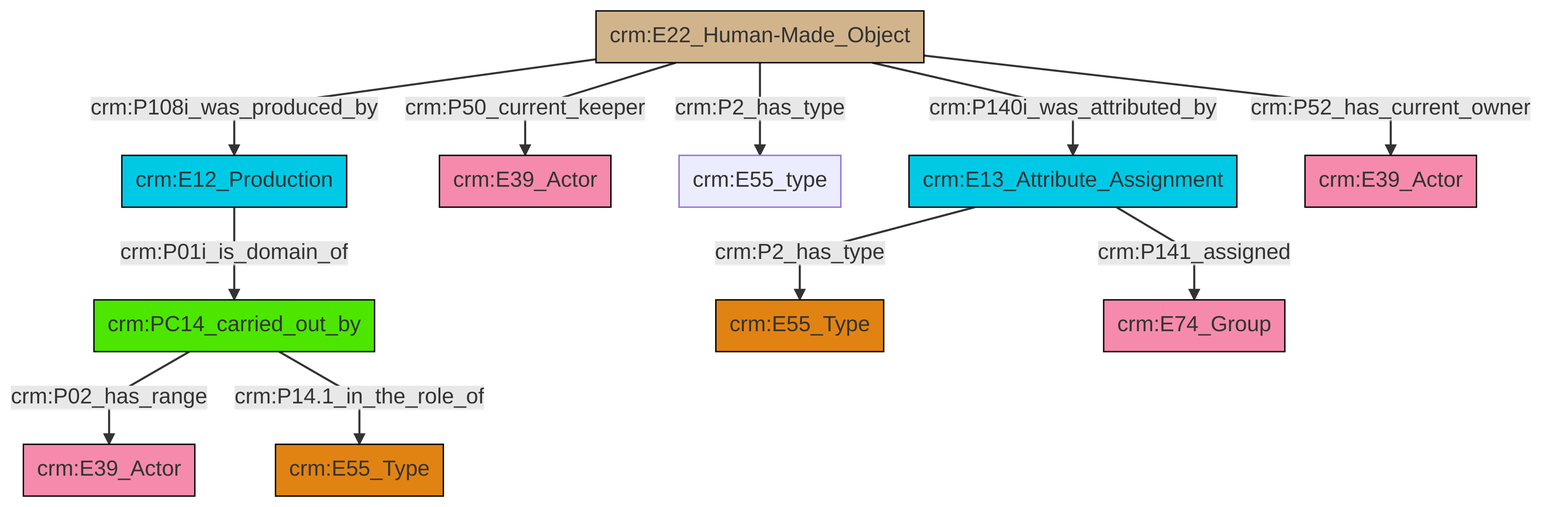
Above: et/artworkCSV/ttl/mmd/png/Artwork_Actor_Relations.png in swiss-art-research-net/reference-data-models (Mermaid), before the change. Its source is kept beside it as et/artworkCSV/ttl/mmd/Artwork_Actor_Relations.ttl.mmd. Its diagram source:
```mermaid
graph TD
classDef Literal fill:#f2f2f2,stroke:#000000;
classDef CRM_Entity fill:#FFFFFF,stroke:#000000;
classDef Temporal_Entity fill:#00C9E6, stroke:#000000;
classDef Type fill:#E18312, stroke:#000000;
classDef Time-Span fill:#2C9C91, stroke:#000000;
classDef Appellation fill:#FFEB7F, stroke:#000000;
classDef Place fill:#008836, stroke:#000000;
classDef Persistent_Item fill:#B266B2, stroke:#000000;
classDef Conceptual_Object fill:#FFD700, stroke:#000000;
classDef Physical_Thing fill:#D2B48C, stroke:#000000;
classDef Actor fill:#f58aad, stroke:#000000;
classDef PC_Classes fill:#4ce600, stroke:#000000;
classDef Multi fill:#cccccc,stroke:#000000;

0["crm:E22_Human-Made_Object"]:::Physical_Thing -->|crm:P140i_was_attributed_by| 1["crm:E13_Attribute_Assignment"]:::Temporal_Entity
0["crm:E22_Human-Made_Object"]:::Physical_Thing -->|crm:P50_current_keeper| 2["crm:E39_Actor"]:::Actor
4["crm:PC14_carried_out_by"]:::PC_Classes -->|crm:P02_has_range| 5["crm:E39_Actor"]:::Actor
0["crm:E22_Human-Made_Object"]:::Physical_Thing -->|crm:P52_has_current_owner| 18["crm:E39_Actor"]:::Actor
16["crm:E12_Production"]:::Temporal_Entity -->|crm:P01i_is_domain_of| 4["crm:PC14_carried_out_by"]:::PC_Classes
1["crm:E13_Attribute_Assignment"]:::Temporal_Entity -->|crm:P2_has_type| 8["crm:E55_Type"]:::Type
4["crm:PC14_carried_out_by"]:::PC_Classes -->|crm:P14.1_in_the_role_of| 6["crm:E55_Type"]:::Type
0["crm:E22_Human-Made_Object"]:::Physical_Thing -->|crm:P108i_was_produced_by| 16["crm:E12_Production"]:::Temporal_Entity
0["crm:E22_Human-Made_Object"]:::Physical_Thing -->|crm:P2_has_type| 14["crm:E55_type"]:::Default
1["crm:E13_Attribute_Assignment"]:::Temporal_Entity -->|crm:P141_assigned| 11["crm:E74_Group"]:::Actor
```
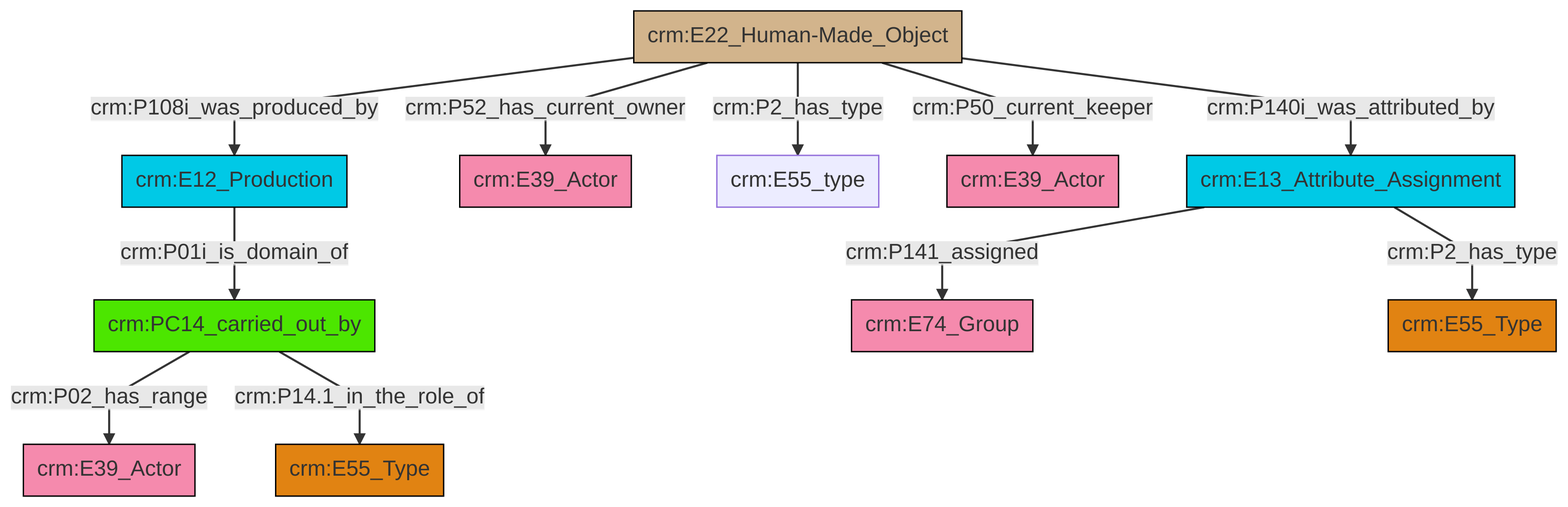
The same diagram one commit later.

The edit, as a diff of the source:
```diff
@@ -13,13 +13,13 @@
 classDef PC_Classes fill:#4ce600, stroke:#000000;
 classDef Multi fill:#cccccc,stroke:#000000;
 
-0["crm:E22_Human-Made_Object"]:::Physical_Thing -->|crm:P140i_was_attributed_by| 1["crm:E13_Attribute_Assignment"]:::Temporal_Entity
-0["crm:E22_Human-Made_Object"]:::Physical_Thing -->|crm:P50_current_keeper| 2["crm:E39_Actor"]:::Actor
-4["crm:PC14_carried_out_by"]:::PC_Classes -->|crm:P02_has_range| 5["crm:E39_Actor"]:::Actor
-0["crm:E22_Human-Made_Object"]:::Physical_Thing -->|crm:P52_has_current_owner| 18["crm:E39_Actor"]:::Actor
-16["crm:E12_Production"]:::Temporal_Entity -->|crm:P01i_is_domain_of| 4["crm:PC14_carried_out_by"]:::PC_Classes
-1["crm:E13_Attribute_Assignment"]:::Temporal_Entity -->|crm:P2_has_type| 8["crm:E55_Type"]:::Type
-4["crm:PC14_carried_out_by"]:::PC_Classes -->|crm:P14.1_in_the_role_of| 6["crm:E55_Type"]:::Type
-0["crm:E22_Human-Made_Object"]:::Physical_Thing -->|crm:P108i_was_produced_by| 16["crm:E12_Production"]:::Temporal_Entity
-0["crm:E22_Human-Made_Object"]:::Physical_Thing -->|crm:P2_has_type| 14["crm:E55_type"]:::Default
-1["crm:E13_Attribute_Assignment"]:::Temporal_Entity -->|crm:P141_assigned| 11["crm:E74_Group"]:::Actor
+2["crm:E12_Production"]:::Temporal_Entity -->|crm:P01i_is_domain_of| 3["crm:PC14_carried_out_by"]:::PC_Classes
+0["crm:E22_Human-Made_Object"]:::Physical_Thing -->|crm:P52_has_current_owner| 4["crm:E39_Actor"]:::Actor
+3["crm:PC14_carried_out_by"]:::PC_Classes -->|crm:P02_has_range| 7["crm:E39_Actor"]:::Actor
+0["crm:E22_Human-Made_Object"]:::Physical_Thing -->|crm:P50_current_keeper| 8["crm:E39_Actor"]:::Actor
+12["crm:E13_Attribute_Assignment"]:::Temporal_Entity -->|crm:P141_assigned| 13["crm:E74_Group"]:::Actor
+12["crm:E13_Attribute_Assignment"]:::Temporal_Entity -->|crm:P2_has_type| 14["crm:E55_Type"]:::Type
+0["crm:E22_Human-Made_Object"]:::Physical_Thing -->|crm:P140i_was_attributed_by| 12["crm:E13_Attribute_Assignment"]:::Temporal_Entity
+0["crm:E22_Human-Made_Object"]:::Physical_Thing -->|crm:P2_has_type| 5["crm:E55_type"]:::Default
+0["crm:E22_Human-Made_Object"]:::Physical_Thing -->|crm:P108i_was_produced_by| 2["crm:E12_Production"]:::Temporal_Entity
+3["crm:PC14_carried_out_by"]:::PC_Classes -->|crm:P14.1_in_the_role_of| 18["crm:E55_Type"]:::Type
```
